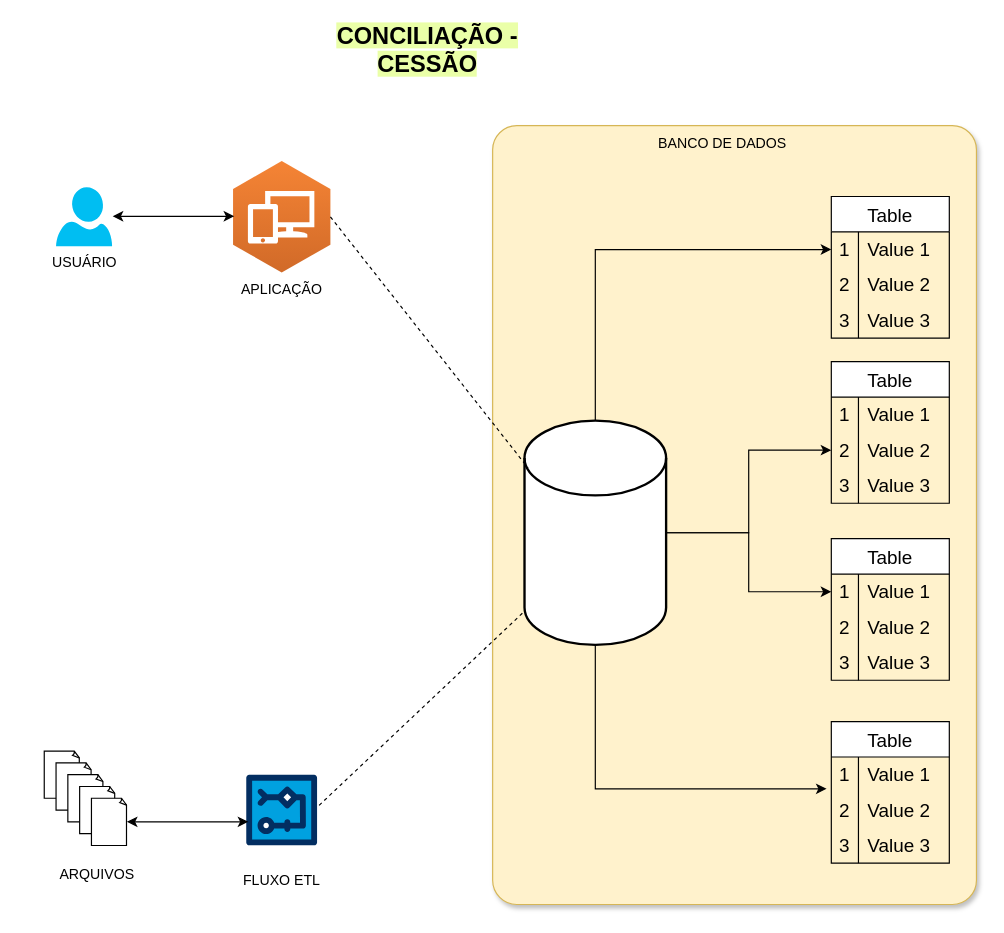
Before: Nio/nio_modelagem_db_cessao.drawio in halisson-gomides/project-architectures, a draw.io diagram. Source tidied: cells renumbered, new cells numbered last; positions are measured from the earlier drawing's top-left corner, leaving out a move shared by most shapes. Both pictures are drawn from the tidied source at 118%, with x=0, y=0 at pixel (44, 31). Pictures stored in the file or linked from it are replaced by grey dashed boxes.
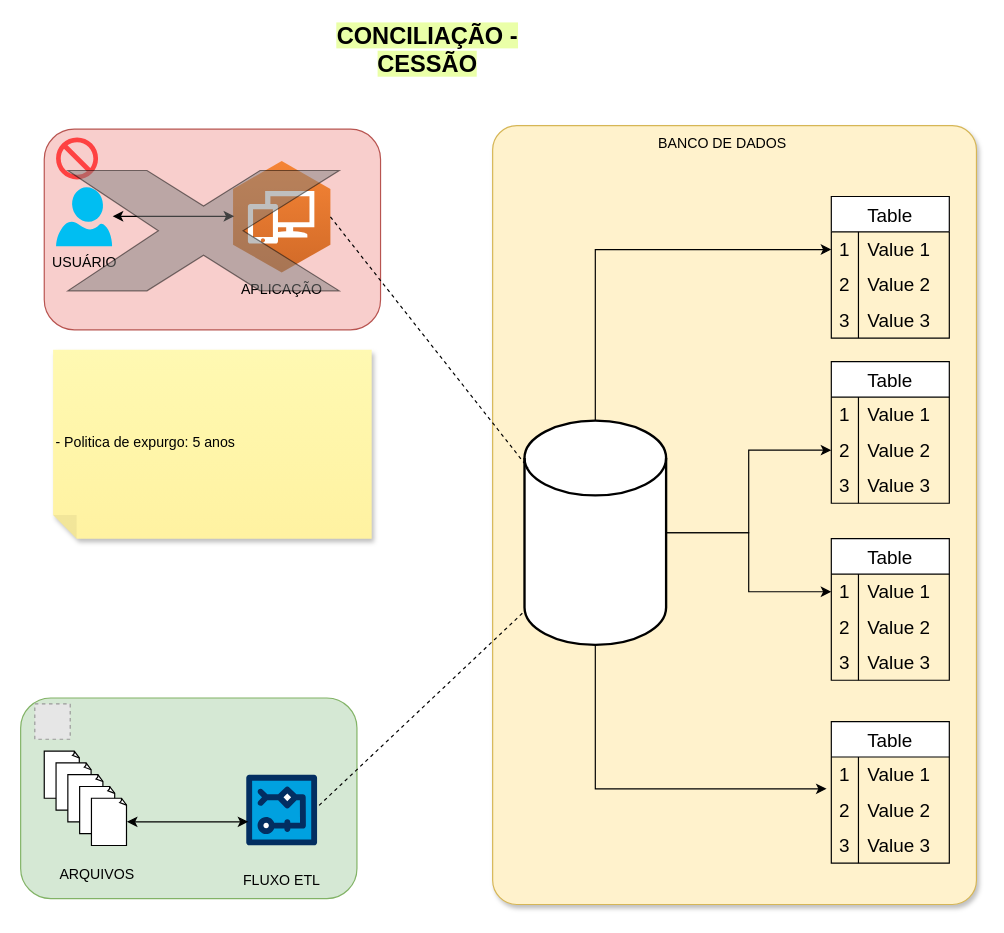
After the change.

Commit message (it also covers changes not shown here):
Atualizar Nio/nio_modelagem_db_cessao.drawio

What changed in the source:
```diff
@@
+    <mxCell id="63" style="rounded=1;whiteSpace=wrap;html=1;fillColor=#f8cecc;strokeColor=#b85450;" parent="1" vertex="1">
+      <mxGeometry y="83" width="285" height="170" as="geometry" />
+    </mxCell>
+    <mxCell id="64" style="shape=mxgraph.signs.safety.no;html=1;fillColor=#FF3333;strokeColor=none;verticalLabelPosition=bottom;verticalAlign=top;align=center;opacity=90;" parent="1" vertex="1">
+      <mxGeometry x="10" y="90" width="35.6" height="35.6" as="geometry" />
+    </mxCell>
+    <mxCell id="65" style="rounded=1;whiteSpace=wrap;html=1;fillColor=#d5e8d4;strokeColor=#82b366;" parent="1" vertex="1">
+      <mxGeometry x="-20" y="565" width="285" height="170" as="geometry" />
+    </mxCell>
@@
+    <mxCell id="66" style="fillColor=#E6E6E6;strokeColor=#999999;dashed=1;html=1;verticalAlign=top;verticalLabelPosition=bottom;labelBackgroundColor=#ffffff;" parent="1" vertex="1">
+      <mxGeometry x="-8" y="570" width="30" height="30" as="geometry" />
+    </mxCell>
+    <mxCell id="67" style="verticalLabelPosition=bottom;verticalAlign=top;html=1;shape=mxgraph.basic.x;opacity=50;fillColor=#808080;" parent="1" vertex="1">
+      <mxGeometry x="20" y="118" width="230" height="102" as="geometry" />
+    </mxCell>
+    <mxCell id="68" value="&lt;div style=&quot;line-height: 0%;&quot;&gt;- Politica de expurgo: 5 anos&lt;/div&gt;&lt;div style=&quot;line-height: 0%;&quot;&gt;&lt;br&gt;&lt;br&gt;&lt;/div&gt;" style="shape=note;whiteSpace=wrap;html=1;backgroundOutline=1;fontColor=#000000;darkOpacity=0.05;fillColor=#FFF9B2;strokeColor=none;fillStyle=solid;direction=west;gradientDirection=north;gradientColor=#FFF2A1;shadow=1;size=20;align=left;" parent="1" vertex="1">
+      <mxGeometry x="7.5" y="270" width="270" height="160" as="geometry" />
+    </mxCell>
```
